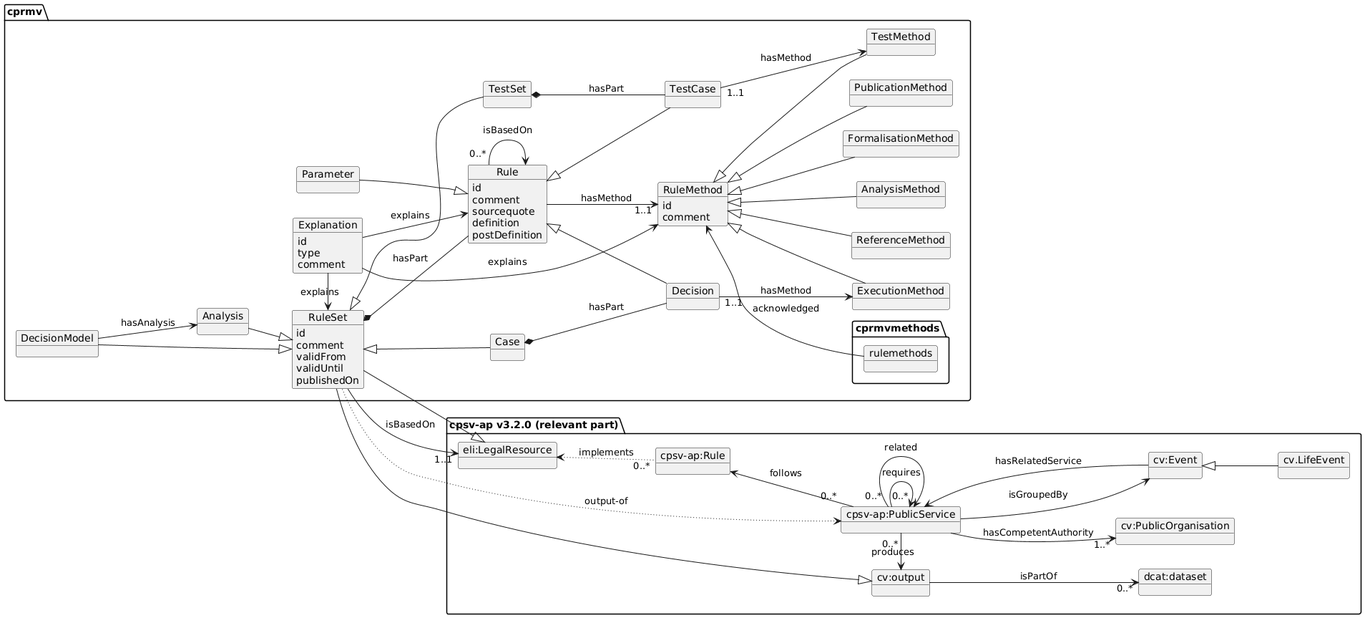
The PlantUML diagram serve_api/respec/0.4.0/media/overview.png in open-regels/cprmv, before a commit.
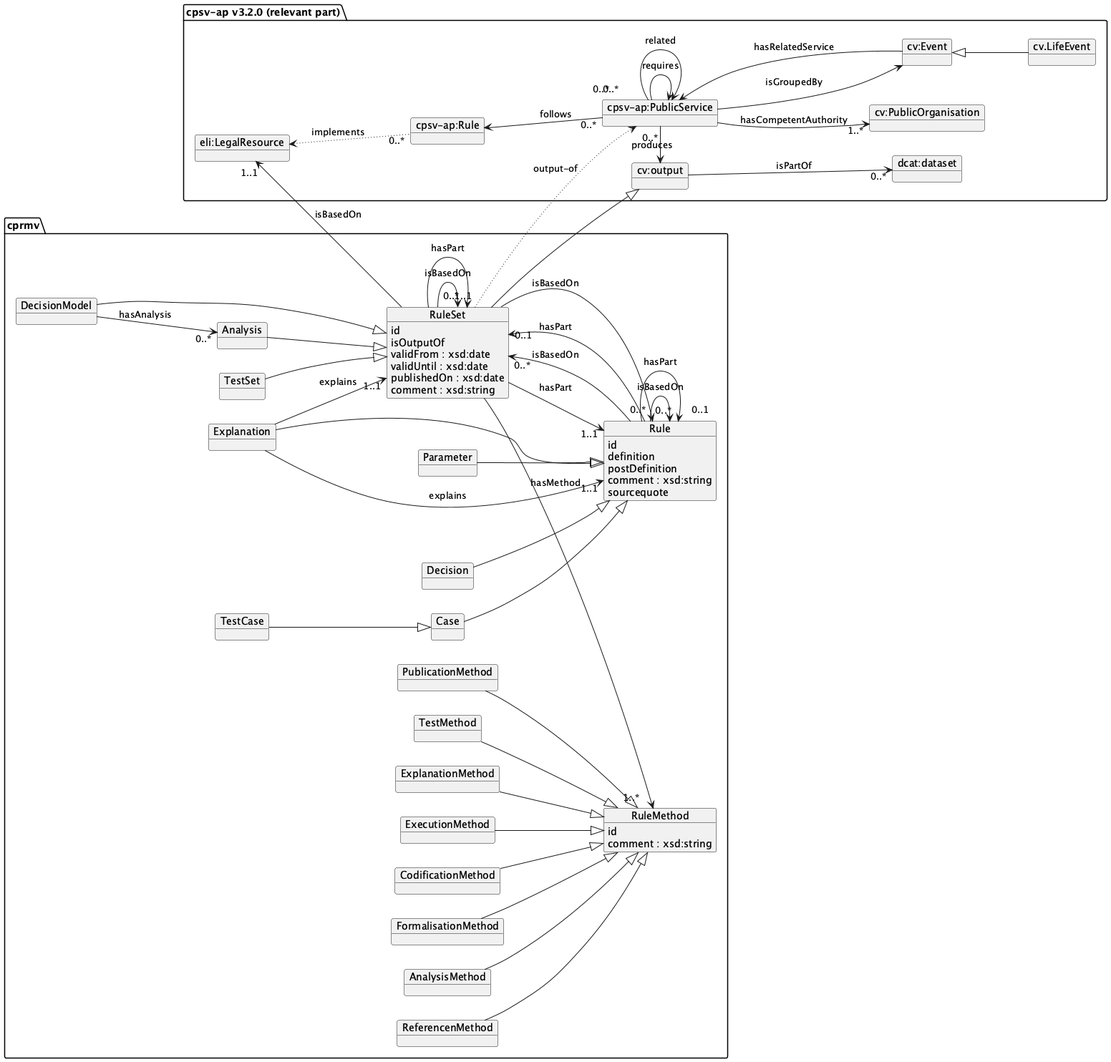
The same file after the commit.

Commit message:
update respec in api too

What changed in the source:
```diff
@@ -1,5 +1,89 @@
 @startuml
 left to right direction
+
+package cprmv {
+    object "RuleSet" as RuleSet {
+        id
+        isOutputOf
+        validFrom : xsd:date
+        validUntil : xsd:date
+        publishedOn : xsd:date
+        comment : xsd:string
+    }
+    object "Analysis" as Analysis {
+    }
+    object "DecisionModel" as DecisionModel {
+    }
+    object "Rule" as Rule {
+        id
+        definition
+        postDefinition
+        comment : xsd:string
+        sourcequote
+    }
+    object "Parameter" as Parameter {
+    }
+    object "RuleMethod" as RuleMethod {
+        id
+        comment : xsd:string
+    }
+    object "AnalysisMethod" as AnalysisMethod {
+    }
+    object "FormalisationMethod" as FormalisationMethod {
+    }
+    object "CodificationMethod" as CodificationMethod {
+    }
+    object "ExecutionMethod" as ExecutionMethod {
+    }
+    object "ExplanationMethod" as ExplanationMethod {
+    }
+    object "TestMethod" as TestMethod {
+    }
+    object "PublicationMethod" as PublicationMethod {
+    }
+    object "ReferencenMethod" as ReferencenMethod {
+    }
+    object "Explanation" as Explanation {
+    }
+    object "TestCase" as TestCase {
+    }
+    object "TestSet" as TestSet {
+    }
+    object "Decision" as Decision {
+    }
+    object "Case" as Case {
+    }
+    RuleSet --> "0..*" RuleSet : isBasedOn
+    RuleSet --> "0..*" Rule : isBasedOn
+    RuleSet --> "1..*" RuleMethod : hasMethod
+    RuleSet --> "1..1" RuleSet : hasPart
+    RuleSet --> "1..1" Rule : hasPart
+    Analysis --|> RuleSet
+    DecisionModel --> "0..*" Analysis : hasAnalysis
+    DecisionModel --|> RuleSet
+    Rule --> "0..*" RuleSet : isBasedOn
+    Rule --> "0..*" Rule : isBasedOn
+    Rule --> "0..1" RuleSet : hasPart
+    Rule --> "0..1" Rule : hasPart
+    Parameter --|> Rule
+    AnalysisMethod --|> RuleMethod
+    FormalisationMethod --|> RuleMethod
+    CodificationMethod --|> RuleMethod
+    ExecutionMethod --|> RuleMethod
+    ExplanationMethod --|> RuleMethod
+    TestMethod --|> RuleMethod
+    PublicationMethod --|> RuleMethod
+    ReferencenMethod --|> RuleMethod
+    Explanation --> "1..1" RuleSet : explains
+    Explanation --> "1..1" Rule : explains
+    Explanation --|> Rule
+    TestCase --|> Case
+    TestSet --|> RuleSet
+    Decision --|> Rule
+    Case --|> Rule
+
+}
+
 
 package "cpsv-ap v3.2.0 (relevant part)" as cpsv-ap {
     object "cpsv-ap:Rule" as cpsvrule
@@ -25,82 +109,12 @@
     service "0..*" --> service : related
 }
 
-package cprmv {
-    object RuleSet {
-        id
-        comment
-	validFrom
-	validUntil
-	publishedOn
-    }
-    object TestSet
-    TestSet -u-|> RuleSet
-    RuleSet --|> legalresource
-    object DecisionModel
-    DecisionModel --|> RuleSet
-    object Analysis
-    Analysis --|> RuleSet
-    object Rule {
-        id
-        comment
-        sourcequote
-        definition
-        postDefinition
-    }
-    object Parameter
-    Parameter --|> Rule
-    object TestCase
-    object Case
-    TestCase -u-|> Rule
-    RuleSet *-- Rule : hasPart
-    TestSet *-- TestCase : hasPart
-    Rule "0..*" --> Rule : isBasedOn
-    Case -u-|> RuleSet
-    object Decision
-    Decision -u-|> Rule
-    Case *-- Decision : hasPart
 
-    object Explanation {
-        id
-        type
-        comment
-    }
 
-    RuleSet <-l- Explanation : explains
-    Rule <-l- Explanation : explains
-
-    object RuleMethod {
-        id
-        comment
-    }
-    Rule --> "1..1" RuleMethod : hasMethod
-    RuleMethod <-l- Explanation : explains
-
-    object AnalysisMethod
-    object FormalisationMethod
-    object TestMethod
-    object ExecutionMethod
-    object PublicationMethod
-    object ReferenceMethod
-    RuleMethod <|-- AnalysisMethod
-    RuleMethod <|-- FormalisationMethod
-    RuleMethod <|-- TestMethod
-    RuleMethod <|-- ExecutionMethod
-    RuleMethod <|-- PublicationMethod
-    RuleMethod <|-- ReferenceMethod
-    DecisionModel --> Analysis : hasAnalysis
-
-    package cprmvmethods {
-        object rulemethods
-        RuleMethod <-- rulemethods : acknowledged
-    }
-
-    TestCase "1..1" --> TestMethod : hasMethod
-    Decision "1..1" --> ExecutionMethod : hasMethod
-
-}
 
 RuleSet --> "1..1" legalresource : isBasedOn
 RuleSet  -[dotted]-> service : "output-of"
 output <|--  RuleSet
+
+
 @enduml
```
